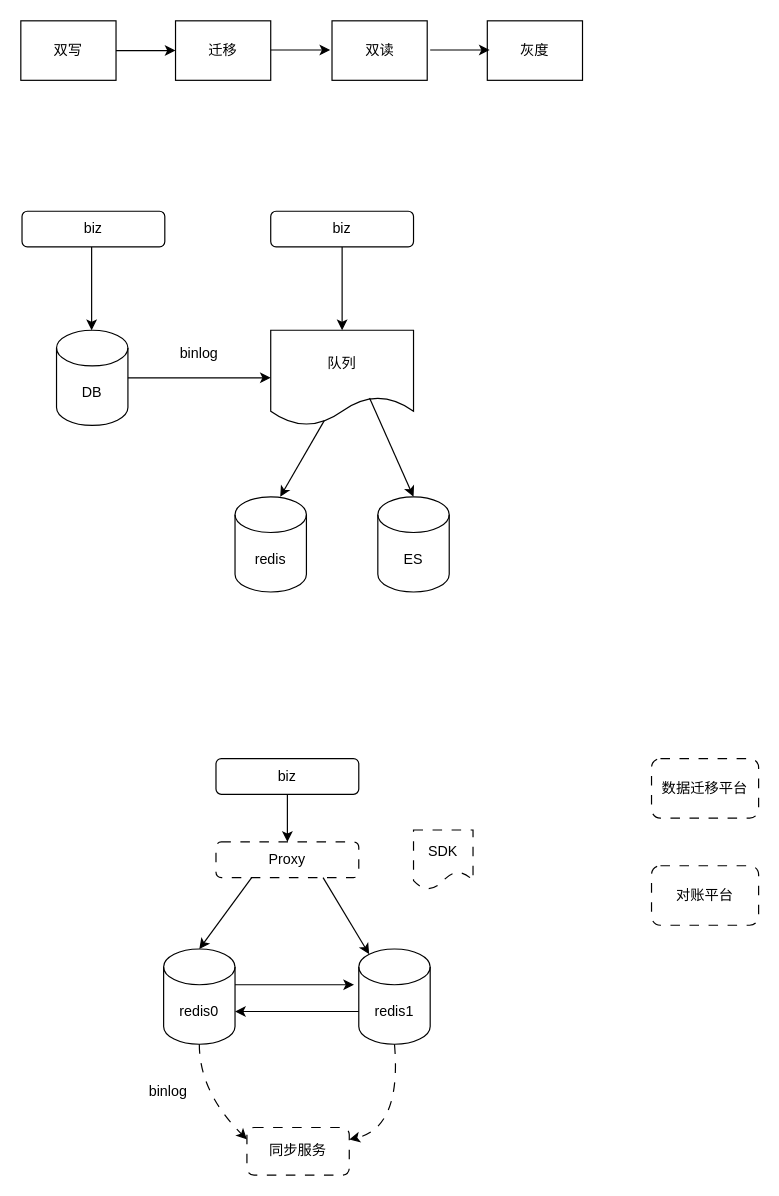
Before: arch/通用迁移方案.drawio in melonshell/draw.io, a draw.io diagram. Source tidied: cells renumbered, new cells numbered last; positions are measured from the earlier drawing's top-left corner, leaving out a move shared by most shapes. Both pictures are drawn from the tidied source at 119%, with x=0, y=0 at pixel (20, 20).
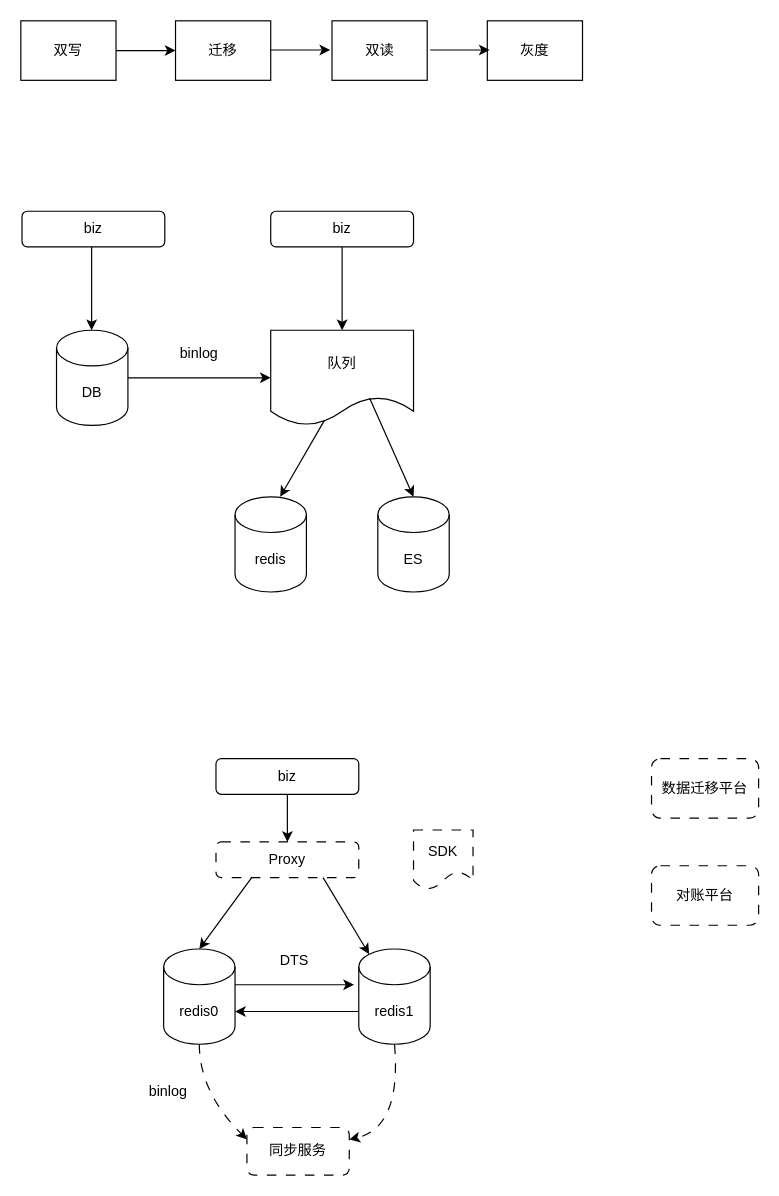
The same page after the edit.

Commit message:
更新通用迁移方案.drawio

What changed in the source:
```diff
@@
+    <mxCell id="37" value="DTS" style="rounded=0;whiteSpace=wrap;html=1;fillColor=none;strokeColor=none;" parent="1" vertex="1">
+      <mxGeometry x="190" y="770" width="80" height="40" as="geometry" />
+    </mxCell>
```
